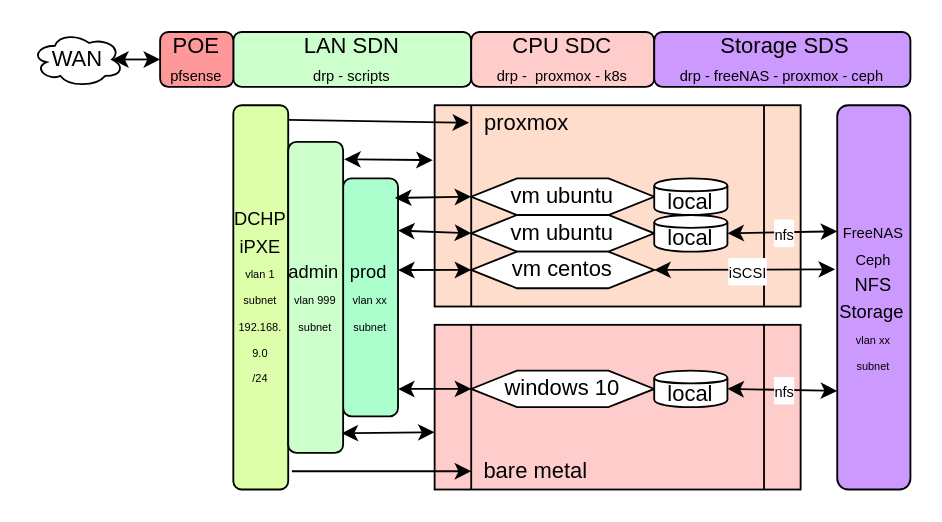
Earlier version of the draw.io diagram docs/gridtemplate/gridtemplate-overview.drawio (2cld/gh). Source tidied: cells renumbered, new cells numbered last; positions are measured from the earlier drawing's top-left corner, leaving out a move shared by most shapes. Both pictures are drawn from the tidied source at 183%, with x=0, y=0 at pixel (31, 31).
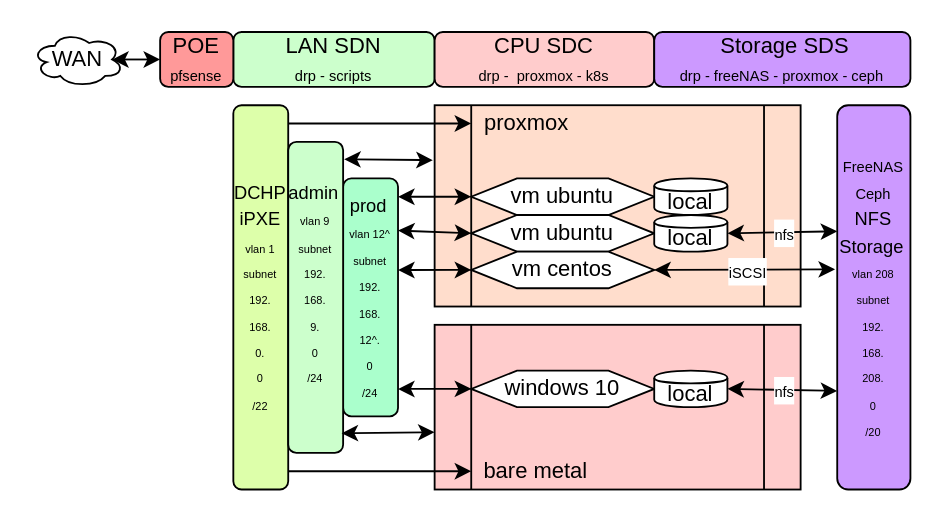
Above is the later version.

Unchanged cells that the change refers to:
```xml
<mxCell id="10" value="vm ubuntu" style="shape=hexagon;perimeter=hexagonPerimeter2;whiteSpace=wrap;html=1;" parent="1" vertex="1">
  <mxGeometry x="240" y="80" width="100" height="20" as="geometry" />
</mxCell>
<mxCell id="13" value="proxmox" style="text;html=1;align=center;verticalAlign=middle;points=[];fillColor=none;strokeColor=none;rounded=0;" parent="1" vertex="1">
  <mxGeometry x="240" y="40" width="60" height="20" as="geometry" />
</mxCell>
<mxCell id="14" value="bare metal" style="text;html=1;align=center;verticalAlign=middle;points=[];fillColor=none;strokeColor=none;rounded=0;" parent="1" vertex="1">
  <mxGeometry x="240" y="230" width="70" height="20" as="geometry" />
</mxCell>
```

Diff of the diagram source:
```diff
@@
     <mxCell id="5" value="LAN SDN&lt;br&gt;&lt;font style=&quot;font-size: 8px&quot;&gt;drp - scripts&lt;/font&gt;" style="rounded=1;whiteSpace=wrap;html=1;fillColor=#CCFFCC;" parent="1" vertex="1">
-      <mxGeometry x="110" width="130" height="30" as="geometry" />
+      <mxGeometry x="110" width="110" height="30" as="geometry" />
     </mxCell>
     <mxCell id="6" value="CPU SDC&lt;br&gt;&lt;font style=&quot;font-size: 8px&quot;&gt;drp -&amp;nbsp; proxmox - k8s&lt;/font&gt;" style="rounded=1;whiteSpace=wrap;html=1;fillColor=#FFCCCC;" parent="1" vertex="1">
-      <mxGeometry x="240" width="100" height="30" as="geometry" />
+      <mxGeometry x="220" width="120" height="30" as="geometry" />
     </mxCell>
@@
-    <mxCell id="17" value="&lt;font style=&quot;font-size: 10px&quot;&gt;DCHP&lt;br&gt;iPXE&lt;/font&gt;&lt;br&gt;&lt;font style=&quot;font-size: 6px&quot;&gt;vlan 1&lt;br&gt;subnet&lt;br&gt;192.168.&lt;br&gt;9.0&lt;br&gt;/24&lt;br&gt;&lt;/font&gt;" style="rounded=1;whiteSpace=wrap;html=1;fillColor=#DDFFAA;" parent="1" vertex="1">
+    <mxCell id="17" value="&lt;font style=&quot;font-size: 10px&quot;&gt;DCHP&lt;br&gt;iPXE&lt;/font&gt;&lt;br&gt;&lt;font style=&quot;font-size: 6px&quot;&gt;vlan 1&lt;br&gt;subnet&lt;br&gt;192.&lt;br&gt;168.&lt;br&gt;0.&lt;br&gt;0&lt;br&gt;/22&lt;br&gt;&lt;/font&gt;" style="rounded=1;whiteSpace=wrap;html=1;fillColor=#DDFFAA;" parent="1" vertex="1">
       <mxGeometry x="110" y="40" width="30" height="210" as="geometry" />
     </mxCell>
-    <mxCell id="18" value="&lt;font style=&quot;font-size: 10px&quot;&gt;prod&lt;/font&gt;&lt;font style=&quot;font-size: 6px&quot;&gt;&amp;nbsp;&lt;br&gt;vlan xx&lt;br&gt;subnet&lt;br&gt;&lt;/font&gt;" style="rounded=1;whiteSpace=wrap;html=1;fillColor=#AAFFCC;" parent="1" vertex="1">
+    <mxCell id="18" value="&lt;font style=&quot;font-size: 10px&quot;&gt;prod&lt;/font&gt;&lt;font style=&quot;font-size: 6px&quot;&gt;&amp;nbsp;&lt;br&gt;vlan 12^&lt;br&gt;subnet&lt;br&gt;192.&lt;br&gt;168.&lt;br&gt;12^.&lt;br&gt;0&lt;br&gt;/24&lt;br&gt;&lt;/font&gt;" style="rounded=1;whiteSpace=wrap;html=1;fillColor=#AAFFCC;" parent="1" vertex="1">
       <mxGeometry x="170" y="80" width="30" height="130" as="geometry" />
     </mxCell>
-    <mxCell id="19" value="&lt;font style=&quot;font-size: 10px&quot;&gt;admin&lt;/font&gt;&lt;font style=&quot;font-size: 6px&quot;&gt;&amp;nbsp;&lt;br&gt;vlan 999&lt;br&gt;subnet&lt;br&gt;&lt;/font&gt;" style="rounded=1;whiteSpace=wrap;html=1;fillColor=#CCFFCC;" parent="1" vertex="1">
+    <mxCell id="19" value="&lt;font style=&quot;font-size: 10px&quot;&gt;admin&lt;/font&gt;&lt;font style=&quot;font-size: 6px&quot;&gt;&amp;nbsp;&lt;br&gt;vlan 9&lt;br&gt;subnet&lt;br&gt;192.&lt;br&gt;168.&lt;br&gt;9.&lt;br&gt;0&lt;br&gt;/24&lt;br&gt;&lt;br&gt;&lt;/font&gt;" style="rounded=1;whiteSpace=wrap;html=1;fillColor=#CCFFCC;" parent="1" vertex="1">
       <mxGeometry x="140" y="60" width="30" height="170" as="geometry" />
     </mxCell>
-    <mxCell id="20" value="&lt;font&gt;&lt;font style=&quot;font-size: 8px&quot;&gt;FreeNAS&lt;/font&gt;&lt;br&gt;&lt;font style=&quot;font-size: 8px&quot;&gt;Ceph&lt;/font&gt;&lt;br&gt;&lt;span style=&quot;font-size: 10px&quot;&gt;NFS&lt;/span&gt;&lt;br&gt;&lt;span style=&quot;font-size: 10px&quot;&gt;Storage&lt;/span&gt;&lt;/font&gt;&lt;font style=&quot;font-size: 6px&quot;&gt;&amp;nbsp;&lt;br&gt;vlan xx&lt;br&gt;subnet&lt;br&gt;&lt;/font&gt;" style="rounded=1;whiteSpace=wrap;html=1;fillColor=#CC99FF;" parent="1" vertex="1">
+    <mxCell id="20" value="&lt;font&gt;&lt;font style=&quot;font-size: 8px&quot;&gt;FreeNAS&lt;/font&gt;&lt;br&gt;&lt;font style=&quot;font-size: 8px&quot;&gt;Ceph&lt;/font&gt;&lt;br&gt;&lt;span style=&quot;font-size: 10px&quot;&gt;NFS&lt;/span&gt;&lt;br&gt;&lt;span style=&quot;font-size: 10px&quot;&gt;Storage&lt;/span&gt;&lt;/font&gt;&lt;font style=&quot;font-size: 6px&quot;&gt;&amp;nbsp;&lt;br&gt;vlan 208&lt;br&gt;subnet&lt;br&gt;192.&lt;br&gt;168.&lt;br&gt;208.&lt;br&gt;0&lt;br&gt;/20&lt;br&gt;&lt;/font&gt;" style="rounded=1;whiteSpace=wrap;html=1;fillColor=#CC99FF;" parent="1" vertex="1">
       <mxGeometry x="440" y="40" width="40" height="210" as="geometry" />
     </mxCell>
@@
-    <mxCell id="29" style="endArrow=classic;html=1;entryX=-0.019;entryY=0.479;entryDx=0;entryDy=0;entryPerimeter=0;exitX=1.01;exitY=0.038;exitDx=0;exitDy=0;exitPerimeter=0;" parent="1" edge="1" source="17" target="13">
-      <mxGeometry relative="1" as="geometry" />
+    <mxCell id="29" style="endArrow=classic;html=1;" parent="1" edge="1" target="13">
+      <mxGeometry relative="1" as="geometry">
+        <mxPoint x="140" y="50" as="sourcePoint" />
+      </mxGeometry>
     </mxCell>
@@
     <mxCell id="32" style="endArrow=classic;html=1;" parent="1" edge="1" target="14">
       <mxGeometry relative="1" as="geometry">
-        <mxPoint x="142" y="240" as="sourcePoint" />
+        <mxPoint x="140" y="240" as="sourcePoint" />
       </mxGeometry>
     </mxCell>
@@
-    <mxCell id="36" style="endArrow=classic;startArrow=classic;html=1;entryX=0;entryY=0.5;entryDx=0;entryDy=0;exitX=0.943;exitY=0.082;exitDx=0;exitDy=0;exitPerimeter=0;" parent="1" edge="1" source="18" target="10">
-      <mxGeometry relative="1" as="geometry" />
+    <mxCell id="36" style="endArrow=classic;startArrow=classic;html=1;entryX=0;entryY=0.5;entryDx=0;entryDy=0;" parent="1" edge="1" target="10">
+      <mxGeometry relative="1" as="geometry">
+        <mxPoint x="200" y="90" as="sourcePoint" />
+      </mxGeometry>
     </mxCell>
```
